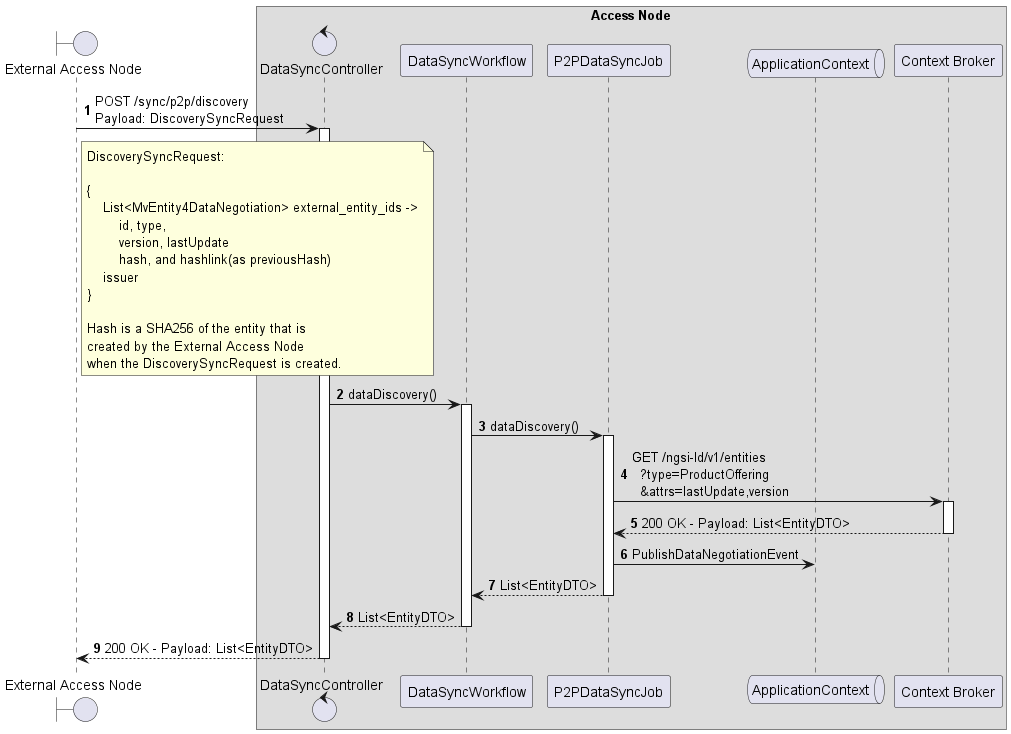
Earlier version of the PlantUML export desmos-tech-doc/images/p2p-sync-discovery-local.png (in2workspace/in2-guides).
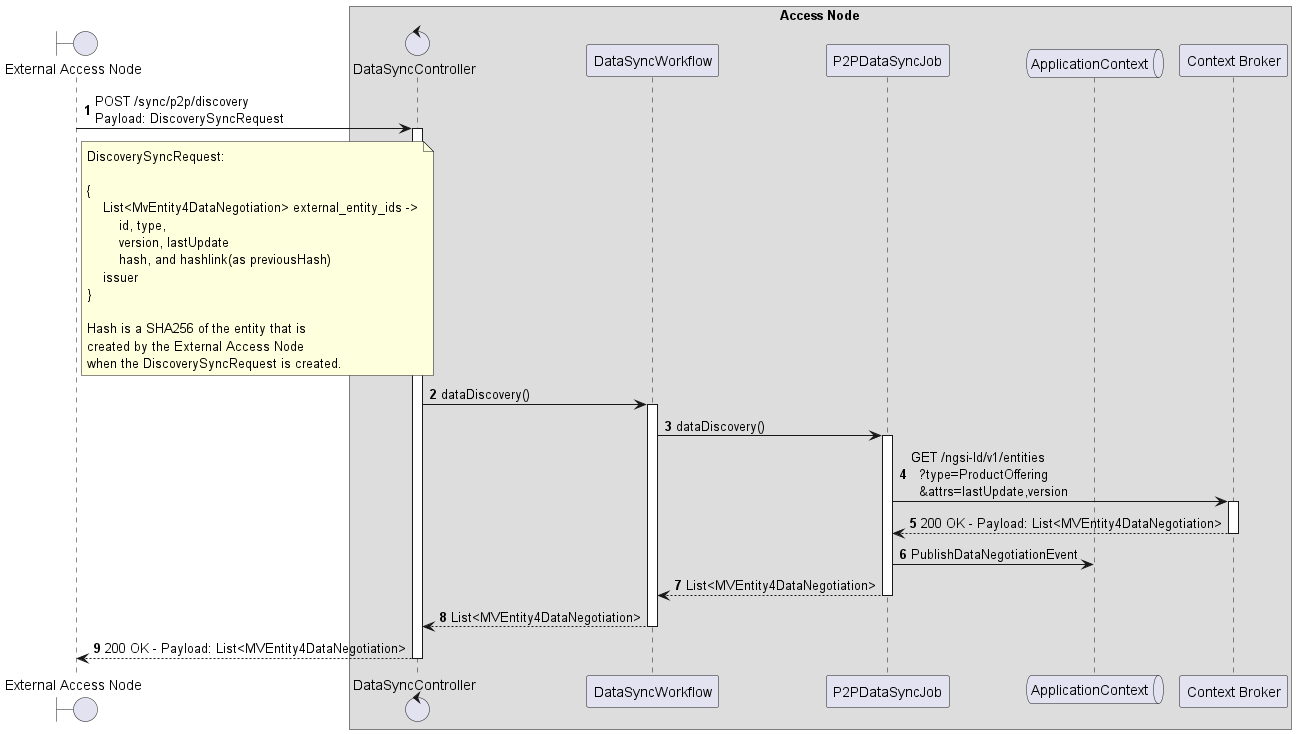
The same diagram one commit later.

Commit message:
fix(data-syncronization): change entity dto to mv entity 4 data negotiation

What changed in the source:
```diff
@@ -38,10 +38,10 @@
     data_sync_Controller -> p2p_data_sync_workflow++: dataDiscovery()
         p2p_data_sync_workflow -> p2p_data_sync_job++: dataDiscovery()
             p2p_data_sync_job -> cb++: GET /ngsi-ld/v1/entities\n  ?type=ProductOffering\n  &attrs=lastUpdate,version
-            return 200 OK - Payload: List<EntityDTO>
+            return 200 OK - Payload: List<MVEntity4DataNegotiation>
             p2p_data_sync_job -> ac: PublishDataNegotiationEvent
-        return List<EntityDTO>
-    return List<EntityDTO>
-return 200 OK - Payload: List<EntityDTO>
+        return List<MVEntity4DataNegotiation>
+    return List<MVEntity4DataNegotiation>
+return 200 OK - Payload: List<MVEntity4DataNegotiation>
 
 @enduml
```
